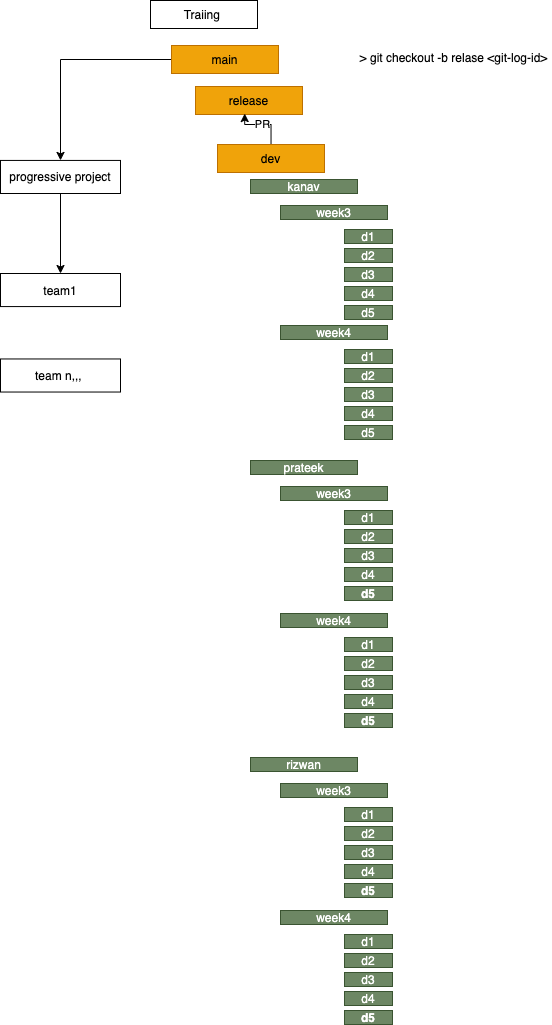
This is images/folder-structure.drawio.png from adithnaveen/sapient-freshers-2021-jun-asde, a draw.io export, as it was before one commit. Source tidied: cells renumbered, new cells last; positions are measured from the earlier drawing's top-left corner, leaving out a move shared by most shapes. Source of this version:
```xml
<mxGraphModel>
  <root>
    <mxCell id="0" />
    <mxCell id="1" parent="0" />
    <mxCell id="2" value="Traiing&amp;nbsp;" style="rounded=0;whiteSpace=wrap;html=1;" parent="1" vertex="1">
      <mxGeometry x="150" width="107" height="28" as="geometry" />
    </mxCell>
    <mxCell id="3" value="release" style="rounded=0;whiteSpace=wrap;html=1;fillColor=#f0a30a;strokeColor=#BD7000;fontColor=#000000;" parent="1" vertex="1">
      <mxGeometry x="195" y="86" width="107" height="28" as="geometry" />
    </mxCell>
    <mxCell id="4" value="PR" style="edgeStyle=orthogonalEdgeStyle;rounded=0;jettySize=auto;html=1;entryX=0.46;entryY=0.967;entryDx=0;entryDy=0;entryPerimeter=0;" parent="1" edge="1" source="5" target="3">
      <mxGeometry relative="1" as="geometry" />
    </mxCell>
    <mxCell id="5" value="dev" style="rounded=0;whiteSpace=wrap;html=1;fillColor=#f0a30a;strokeColor=#BD7000;fontColor=#000000;" parent="1" vertex="1">
      <mxGeometry x="217" y="144" width="107" height="28" as="geometry" />
    </mxCell>
    <mxCell id="6" style="edgeStyle=orthogonalEdgeStyle;rounded=0;jettySize=auto;html=1;" parent="1" edge="1" source="7" target="49">
      <mxGeometry relative="1" as="geometry" />
    </mxCell>
    <mxCell id="7" value="main" style="rounded=0;whiteSpace=wrap;html=1;fillColor=#f0a30a;strokeColor=#BD7000;fontColor=#000000;" parent="1" vertex="1">
      <mxGeometry x="171" y="45" width="107" height="28" as="geometry" />
    </mxCell>
    <mxCell id="8" value="&amp;gt; git checkout -b relase &amp;lt;git-log-id&amp;gt;" style="text;html=1;align=center;verticalAlign=middle;strokeColor=none;" parent="1" vertex="1">
      <mxGeometry x="354" y="48" width="197" height="17" as="geometry" />
    </mxCell>
    <mxCell id="9" value="kanav" style="rounded=0;whiteSpace=wrap;html=1;fillColor=#6d8764;strokeColor=#3A5431;fontColor=#ffffff;" parent="1" vertex="1">
      <mxGeometry x="250" y="179" width="107" height="14" as="geometry" />
    </mxCell>
    <mxCell id="10" value="week3" style="rounded=0;whiteSpace=wrap;html=1;fillColor=#6d8764;strokeColor=#3A5431;fontColor=#ffffff;" parent="1" vertex="1">
      <mxGeometry x="280" y="205" width="107" height="14" as="geometry" />
    </mxCell>
    <mxCell id="11" value="d1" style="rounded=0;whiteSpace=wrap;html=1;fillColor=#6d8764;strokeColor=#3A5431;fontColor=#ffffff;" parent="1" vertex="1">
      <mxGeometry x="344" y="229" width="48" height="14" as="geometry" />
    </mxCell>
    <mxCell id="12" value="d2" style="rounded=0;whiteSpace=wrap;html=1;fillColor=#6d8764;strokeColor=#3A5431;fontColor=#ffffff;" parent="1" vertex="1">
      <mxGeometry x="344" y="248" width="48" height="14" as="geometry" />
    </mxCell>
    <mxCell id="13" value="d3" style="rounded=0;whiteSpace=wrap;html=1;fillColor=#6d8764;strokeColor=#3A5431;fontColor=#ffffff;" parent="1" vertex="1">
      <mxGeometry x="344" y="267" width="48" height="14" as="geometry" />
    </mxCell>
    <mxCell id="14" value="d4" style="rounded=0;whiteSpace=wrap;html=1;fillColor=#6d8764;strokeColor=#3A5431;fontColor=#ffffff;" parent="1" vertex="1">
      <mxGeometry x="344" y="286" width="48" height="14" as="geometry" />
    </mxCell>
    <mxCell id="15" value="d5" style="rounded=0;whiteSpace=wrap;html=1;fillColor=#6d8764;strokeColor=#3A5431;fontColor=#ffffff;" parent="1" vertex="1">
      <mxGeometry x="344" y="305" width="48" height="14" as="geometry" />
    </mxCell>
    <mxCell id="16" value="week4" style="rounded=0;whiteSpace=wrap;html=1;fillColor=#6d8764;strokeColor=#3A5431;fontColor=#ffffff;" parent="1" vertex="1">
      <mxGeometry x="280" y="325" width="107" height="14" as="geometry" />
    </mxCell>
    <mxCell id="17" value="d1" style="rounded=0;whiteSpace=wrap;html=1;fillColor=#6d8764;strokeColor=#3A5431;fontColor=#ffffff;" parent="1" vertex="1">
      <mxGeometry x="344" y="349" width="48" height="14" as="geometry" />
    </mxCell>
    <mxCell id="18" value="d2" style="rounded=0;whiteSpace=wrap;html=1;fillColor=#6d8764;strokeColor=#3A5431;fontColor=#ffffff;" parent="1" vertex="1">
      <mxGeometry x="344" y="368" width="48" height="14" as="geometry" />
    </mxCell>
    <mxCell id="19" value="d3" style="rounded=0;whiteSpace=wrap;html=1;fillColor=#6d8764;strokeColor=#3A5431;fontColor=#ffffff;" parent="1" vertex="1">
      <mxGeometry x="344" y="387" width="48" height="14" as="geometry" />
    </mxCell>
    <mxCell id="20" value="d4" style="rounded=0;whiteSpace=wrap;html=1;fillColor=#6d8764;strokeColor=#3A5431;fontColor=#ffffff;" parent="1" vertex="1">
      <mxGeometry x="344" y="406" width="48" height="14" as="geometry" />
    </mxCell>
    <mxCell id="21" value="d5" style="rounded=0;whiteSpace=wrap;html=1;fillColor=#6d8764;strokeColor=#3A5431;fontColor=#ffffff;" parent="1" vertex="1">
      <mxGeometry x="344" y="425" width="48" height="14" as="geometry" />
    </mxCell>
    <mxCell id="22" value="prateek" style="rounded=0;whiteSpace=wrap;html=1;fillColor=#6d8764;strokeColor=#3A5431;fontColor=#ffffff;" parent="1" vertex="1">
      <mxGeometry x="250" y="460" width="107" height="14" as="geometry" />
    </mxCell>
    <mxCell id="23" value="week3" style="rounded=0;whiteSpace=wrap;html=1;fillColor=#6d8764;strokeColor=#3A5431;fontColor=#ffffff;" parent="1" vertex="1">
      <mxGeometry x="280" y="486" width="107" height="14" as="geometry" />
    </mxCell>
    <mxCell id="24" value="d1" style="rounded=0;whiteSpace=wrap;html=1;fillColor=#6d8764;strokeColor=#3A5431;fontColor=#ffffff;" parent="1" vertex="1">
      <mxGeometry x="344" y="510" width="48" height="14" as="geometry" />
    </mxCell>
    <mxCell id="25" value="d2" style="rounded=0;whiteSpace=wrap;html=1;fillColor=#6d8764;strokeColor=#3A5431;fontColor=#ffffff;" parent="1" vertex="1">
      <mxGeometry x="344" y="529" width="48" height="14" as="geometry" />
    </mxCell>
    <mxCell id="26" value="d3" style="rounded=0;whiteSpace=wrap;html=1;fillColor=#6d8764;strokeColor=#3A5431;fontColor=#ffffff;" parent="1" vertex="1">
      <mxGeometry x="344" y="548" width="48" height="14" as="geometry" />
    </mxCell>
    <mxCell id="27" value="d4" style="rounded=0;whiteSpace=wrap;html=1;fillColor=#6d8764;strokeColor=#3A5431;fontColor=#ffffff;" parent="1" vertex="1">
      <mxGeometry x="344" y="567" width="48" height="14" as="geometry" />
    </mxCell>
    <mxCell id="28" value="d5" style="rounded=0;whiteSpace=wrap;html=1;fillColor=#6d8764;strokeColor=#3A5431;fontColor=#ffffff;fontStyle=1;" parent="1" vertex="1">
      <mxGeometry x="344" y="586" width="48" height="14" as="geometry" />
    </mxCell>
    <mxCell id="29" value="week4" style="rounded=0;whiteSpace=wrap;html=1;fillColor=#6d8764;strokeColor=#3A5431;fontColor=#ffffff;" parent="1" vertex="1">
      <mxGeometry x="280" y="613" width="107" height="14" as="geometry" />
    </mxCell>
    <mxCell id="30" value="d1" style="rounded=0;whiteSpace=wrap;html=1;fillColor=#6d8764;strokeColor=#3A5431;fontColor=#ffffff;" parent="1" vertex="1">
      <mxGeometry x="344" y="637" width="48" height="14" as="geometry" />
    </mxCell>
    <mxCell id="31" value="d2" style="rounded=0;whiteSpace=wrap;html=1;fillColor=#6d8764;strokeColor=#3A5431;fontColor=#ffffff;" parent="1" vertex="1">
      <mxGeometry x="344" y="656" width="48" height="14" as="geometry" />
    </mxCell>
    <mxCell id="32" value="d3" style="rounded=0;whiteSpace=wrap;html=1;fillColor=#6d8764;strokeColor=#3A5431;fontColor=#ffffff;" parent="1" vertex="1">
      <mxGeometry x="344" y="675" width="48" height="14" as="geometry" />
    </mxCell>
    <mxCell id="33" value="d4" style="rounded=0;whiteSpace=wrap;html=1;fillColor=#6d8764;strokeColor=#3A5431;fontColor=#ffffff;" parent="1" vertex="1">
      <mxGeometry x="344" y="694" width="48" height="14" as="geometry" />
    </mxCell>
    <mxCell id="34" value="d5" style="rounded=0;whiteSpace=wrap;html=1;fillColor=#6d8764;strokeColor=#3A5431;fontColor=#ffffff;fontStyle=1;" parent="1" vertex="1">
      <mxGeometry x="344" y="713" width="48" height="14" as="geometry" />
    </mxCell>
    <mxCell id="35" value="rizwan" style="rounded=0;whiteSpace=wrap;html=1;fillColor=#6d8764;strokeColor=#3A5431;fontColor=#ffffff;" parent="1" vertex="1">
      <mxGeometry x="250" y="757" width="107" height="14" as="geometry" />
    </mxCell>
    <mxCell id="36" value="week3" style="rounded=0;whiteSpace=wrap;html=1;fillColor=#6d8764;strokeColor=#3A5431;fontColor=#ffffff;" parent="1" vertex="1">
      <mxGeometry x="280" y="783" width="107" height="14" as="geometry" />
    </mxCell>
    <mxCell id="37" value="d1" style="rounded=0;whiteSpace=wrap;html=1;fillColor=#6d8764;strokeColor=#3A5431;fontColor=#ffffff;" parent="1" vertex="1">
      <mxGeometry x="344" y="807" width="48" height="14" as="geometry" />
    </mxCell>
    <mxCell id="38" value="d2" style="rounded=0;whiteSpace=wrap;html=1;fillColor=#6d8764;strokeColor=#3A5431;fontColor=#ffffff;" parent="1" vertex="1">
      <mxGeometry x="344" y="826" width="48" height="14" as="geometry" />
    </mxCell>
    <mxCell id="39" value="d3" style="rounded=0;whiteSpace=wrap;html=1;fillColor=#6d8764;strokeColor=#3A5431;fontColor=#ffffff;" parent="1" vertex="1">
      <mxGeometry x="344" y="845" width="48" height="14" as="geometry" />
    </mxCell>
    <mxCell id="40" value="d4" style="rounded=0;whiteSpace=wrap;html=1;fillColor=#6d8764;strokeColor=#3A5431;fontColor=#ffffff;" parent="1" vertex="1">
      <mxGeometry x="344" y="864" width="48" height="14" as="geometry" />
    </mxCell>
    <mxCell id="41" value="d5" style="rounded=0;whiteSpace=wrap;html=1;fillColor=#6d8764;strokeColor=#3A5431;fontColor=#ffffff;fontStyle=1;" parent="1" vertex="1">
      <mxGeometry x="344" y="883" width="48" height="14" as="geometry" />
    </mxCell>
    <mxCell id="42" value="week4" style="rounded=0;whiteSpace=wrap;html=1;fillColor=#6d8764;strokeColor=#3A5431;fontColor=#ffffff;" parent="1" vertex="1">
      <mxGeometry x="280" y="910" width="107" height="14" as="geometry" />
    </mxCell>
    <mxCell id="43" value="d1" style="rounded=0;whiteSpace=wrap;html=1;fillColor=#6d8764;strokeColor=#3A5431;fontColor=#ffffff;" parent="1" vertex="1">
      <mxGeometry x="344" y="934" width="48" height="14" as="geometry" />
    </mxCell>
    <mxCell id="44" value="d2" style="rounded=0;whiteSpace=wrap;html=1;fillColor=#6d8764;strokeColor=#3A5431;fontColor=#ffffff;" parent="1" vertex="1">
      <mxGeometry x="344" y="953" width="48" height="14" as="geometry" />
    </mxCell>
    <mxCell id="45" value="d3" style="rounded=0;whiteSpace=wrap;html=1;fillColor=#6d8764;strokeColor=#3A5431;fontColor=#ffffff;" parent="1" vertex="1">
      <mxGeometry x="344" y="972" width="48" height="14" as="geometry" />
    </mxCell>
    <mxCell id="46" value="d4" style="rounded=0;whiteSpace=wrap;html=1;fillColor=#6d8764;strokeColor=#3A5431;fontColor=#ffffff;" parent="1" vertex="1">
      <mxGeometry x="344" y="991" width="48" height="14" as="geometry" />
    </mxCell>
    <mxCell id="47" value="d5" style="rounded=0;whiteSpace=wrap;html=1;fillColor=#6d8764;strokeColor=#3A5431;fontColor=#ffffff;fontStyle=1;" parent="1" vertex="1">
      <mxGeometry x="344" y="1010" width="48" height="14" as="geometry" />
    </mxCell>
    <mxCell id="48" style="edgeStyle=orthogonalEdgeStyle;rounded=0;jettySize=auto;html=1;" parent="1" edge="1" source="49" target="50">
      <mxGeometry relative="1" as="geometry" />
    </mxCell>
    <mxCell id="49" value="progressive project" style="rounded=0;whiteSpace=wrap;html=1;" parent="1" vertex="1">
      <mxGeometry y="159.9" width="120" height="33.1" as="geometry" />
    </mxCell>
    <mxCell id="50" value="team1" style="rounded=0;whiteSpace=wrap;html=1;" parent="1" vertex="1">
      <mxGeometry y="273" width="120" height="33.1" as="geometry" />
    </mxCell>
    <mxCell id="51" value="team n,,,&amp;nbsp;" style="rounded=0;whiteSpace=wrap;html=1;" parent="1" vertex="1">
      <mxGeometry y="358.5" width="120" height="33.1" as="geometry" />
    </mxCell>
  </root>
</mxGraphModel>
```
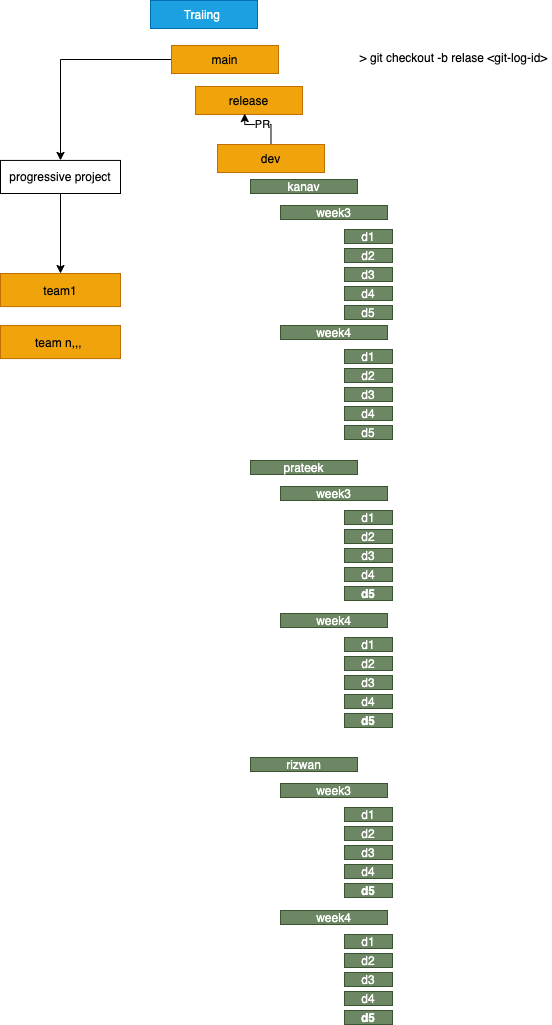
Above is the later version.

Diff of the diagram source:
```diff
@@ -2,7 +2,7 @@
   <root>
     <mxCell id="0" />
     <mxCell id="1" parent="0" />
-    <mxCell id="2" value="Traiing&amp;nbsp;" style="rounded=0;whiteSpace=wrap;html=1;" parent="1" vertex="1">
+    <mxCell id="2" value="Traiing&amp;nbsp;" style="rounded=0;whiteSpace=wrap;html=1;fillColor=#1ba1e2;strokeColor=#006EAF;fontColor=#ffffff;" parent="1" vertex="1">
       <mxGeometry x="150" width="107" height="28" as="geometry" />
     </mxCell>
     <mxCell id="3" value="release" style="rounded=0;whiteSpace=wrap;html=1;fillColor=#f0a30a;strokeColor=#BD7000;fontColor=#000000;" parent="1" vertex="1">
@@ -146,11 +146,11 @@
     <mxCell id="49" value="progressive project" style="rounded=0;whiteSpace=wrap;html=1;" parent="1" vertex="1">
       <mxGeometry y="159.9" width="120" height="33.1" as="geometry" />
     </mxCell>
-    <mxCell id="50" value="team1" style="rounded=0;whiteSpace=wrap;html=1;" parent="1" vertex="1">
+    <mxCell id="50" value="team1" style="rounded=0;whiteSpace=wrap;html=1;fillColor=#f0a30a;strokeColor=#BD7000;fontColor=#000000;" parent="1" vertex="1">
       <mxGeometry y="273" width="120" height="33.1" as="geometry" />
     </mxCell>
-    <mxCell id="51" value="team n,,,&amp;nbsp;" style="rounded=0;whiteSpace=wrap;html=1;" parent="1" vertex="1">
-      <mxGeometry y="358.5" width="120" height="33.1" as="geometry" />
+    <mxCell id="51" value="team n,,,&amp;nbsp;" style="rounded=0;whiteSpace=wrap;html=1;fillColor=#f0a30a;strokeColor=#BD7000;fontColor=#000000;" parent="1" vertex="1">
+      <mxGeometry y="325" width="120" height="33.1" as="geometry" />
     </mxCell>
   </root>
 </mxGraphModel>
```
